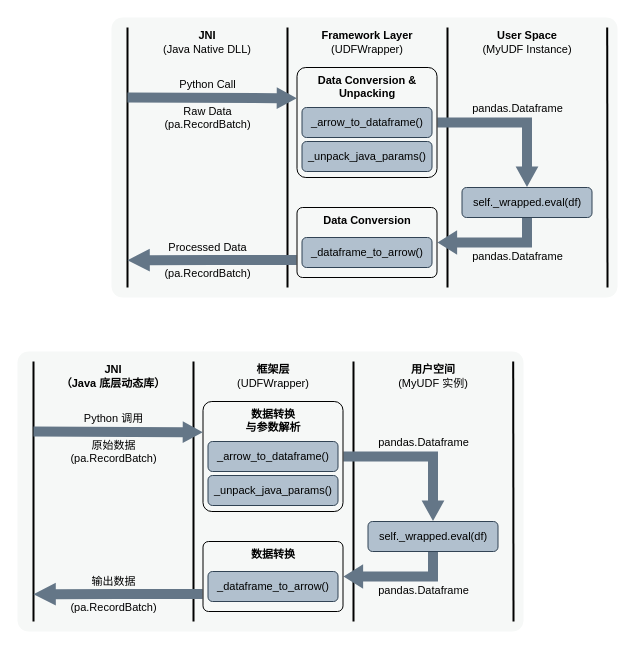
The draw.io diagram page "udf-decorator-data-flow" (11 of 14) of grad.drawio in shinyano/drawio, before the edit. Source tidied: cells renumbered, new cells numbered last; positions are measured from the earlier drawing's top-left corner, leaving out a move shared by most shapes. Both pictures are drawn from the tidied source at 100%, with x=0, y=0 at pixel (17, 17).
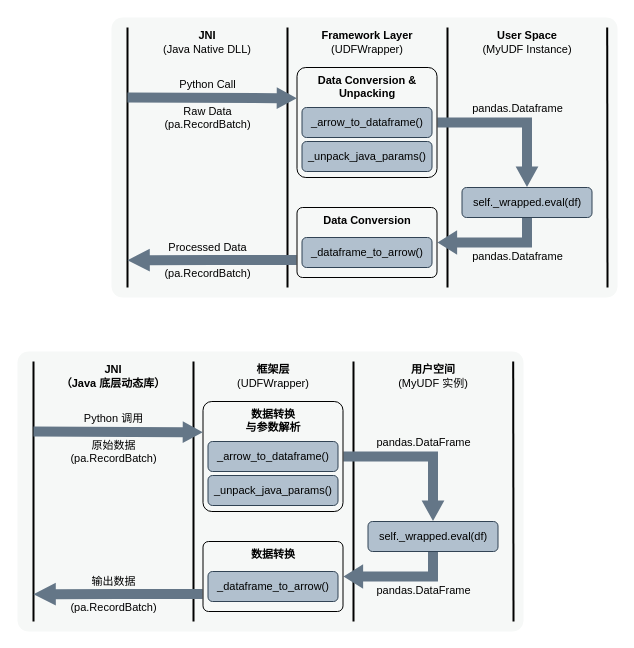
The same page after the edit.

The change refers to these unchanged cells:
```xml
<mxCell id="32" style="edgeStyle=orthogonalEdgeStyle;rounded=0;jettySize=auto;html=1;entryX=0.5;entryY=0;entryDx=0;entryDy=0;shape=flexArrow;fillColor=#647687;strokeColor=none;endWidth=11.73076923076923;endSize=6.4788461538461535;" parent="1" edge="1" source="34" target="41">
  <mxGeometry relative="1" as="geometry" />
</mxCell>
<mxCell id="39" style="edgeStyle=orthogonalEdgeStyle;rounded=0;jettySize=auto;html=1;entryX=1;entryY=0.5;entryDx=0;entryDy=0;align=center;verticalAlign=middle;fontFamily=Helvetica;fontSize=11;fontColor=default;labelBackgroundColor=default;endArrow=classic;fillColor=#647687;shape=flexArrow;endWidth=13.61111111111111;endSize=6.208333333333334;strokeColor=none;" parent="1" edge="1" source="41" target="44">
  <mxGeometry relative="1" as="geometry">
    <Array as="points">
      <mxPoint x="416" y="559" />
    </Array>
  </mxGeometry>
</mxCell>
```

Diff of the diagram source:
```diff
@@
-    <mxCell id="33" value="pandas.Dataframe" style="edgeLabel;html=1;align=center;verticalAlign=middle;labelBackgroundColor=none;" parent="32" vertex="1">
+    <mxCell id="33" value="pandas.DataFrame" style="edgeLabel;html=1;align=center;verticalAlign=middle;labelBackgroundColor=none;" parent="32" vertex="1">
       <mxGeometry x="-0.2" y="-2" relative="1" as="geometry">
         <mxPoint x="18" y="-17" as="offset" />
       </mxGeometry>
     </mxCell>
@@
-    <mxCell id="40" value="&lt;span style=&quot;&quot;&gt;pandas.Dataframe&lt;/span&gt;" style="edgeLabel;html=1;align=center;verticalAlign=middle;labelBackgroundColor=none;" parent="39" vertex="1">
+    <mxCell id="40" value="&lt;span style=&quot;&quot;&gt;pandas.&lt;/span&gt;DataFrame" style="edgeLabel;html=1;align=center;verticalAlign=middle;labelBackgroundColor=none;" parent="39" vertex="1">
       <mxGeometry x="-0.7" y="5" relative="1" as="geometry">
         <mxPoint x="-15" y="21" as="offset" />
       </mxGeometry>
     </mxCell>
```
